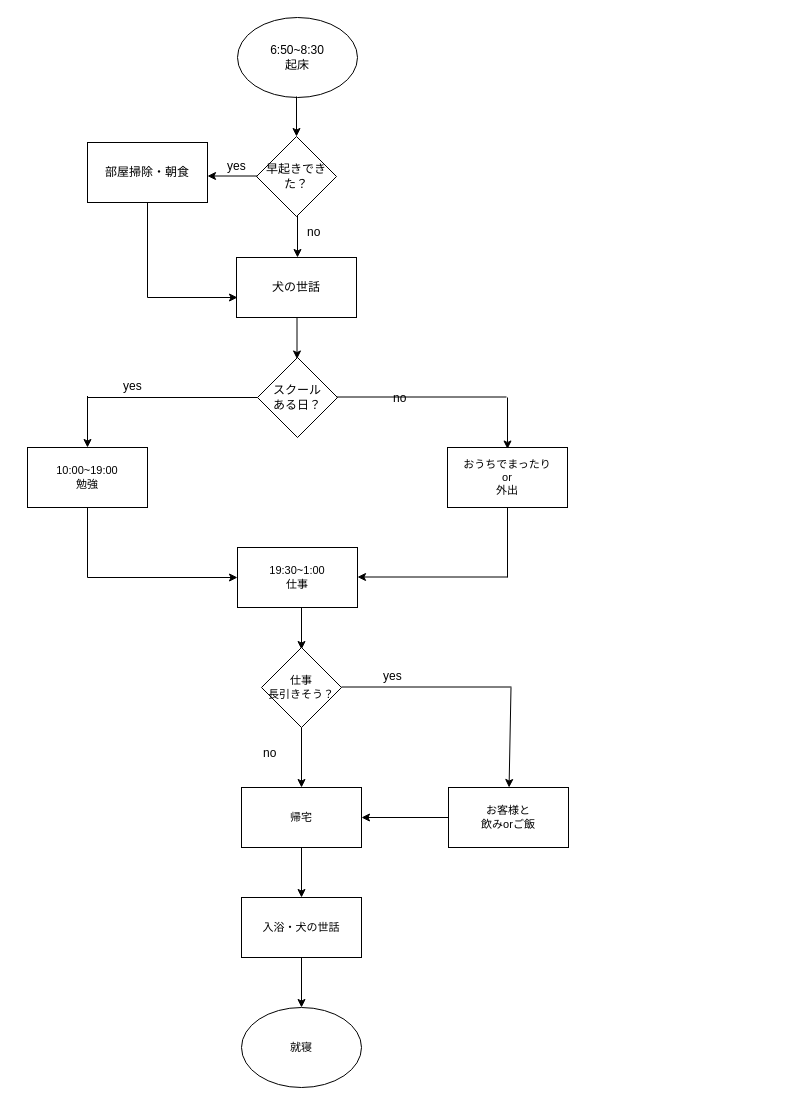
monn1997/achieve keeps this draw.io diagram as 名称未設定ファイル.drawio. Above is the earlier version. Source tidied: cells renumbered, new cells numbered last; positions are measured from the earlier drawing's top-left corner, leaving out a move shared by most shapes. Both pictures are drawn from the tidied source at 100%, with x=0, y=0 at pixel (27, 17).
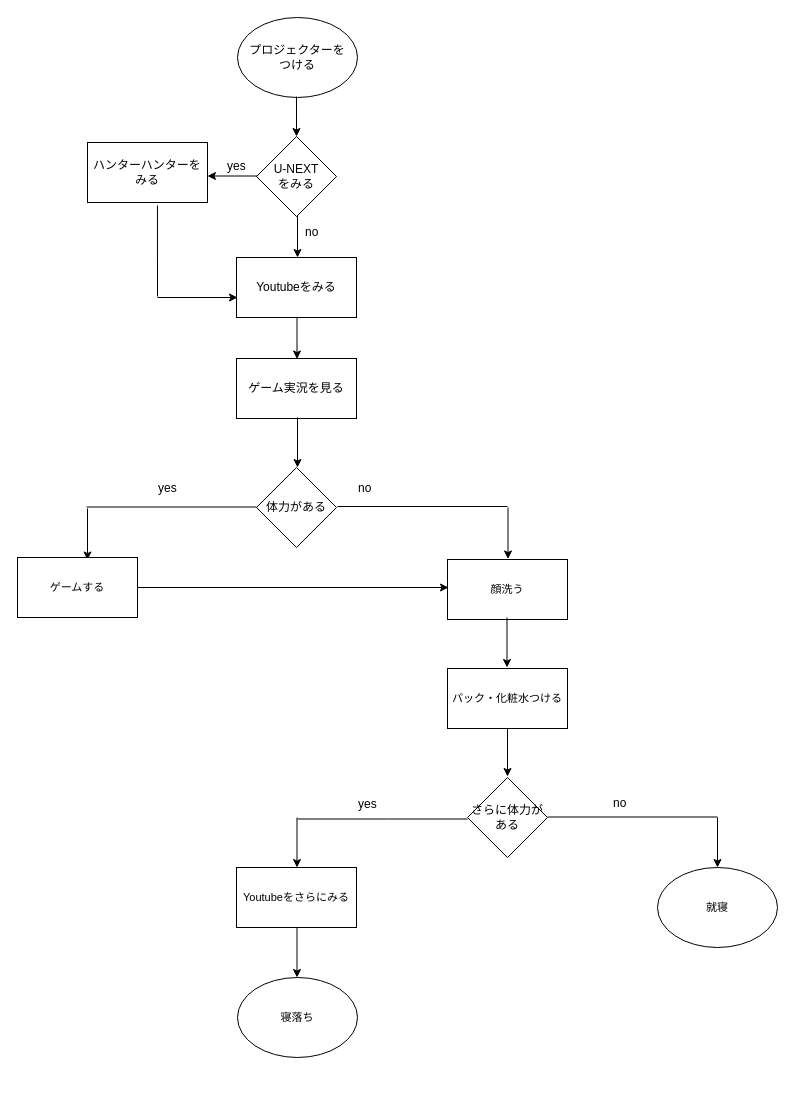
After the change.

Commit message:
趣味ルーティーン

The edit, as a diff of the source:
```diff
@@
-    <mxCell id="2" value="6:50~8:30&lt;br&gt;起床" style="ellipse;whiteSpace=wrap;html=1;" parent="1" vertex="1">
+    <mxCell id="2" value="プロジェクターを&lt;br&gt;つける" style="ellipse;whiteSpace=wrap;html=1;" parent="1" vertex="1">
       <mxGeometry x="210" width="120" height="80" as="geometry" />
     </mxCell>
@@
-    <mxCell id="4" value="早起きできた？" style="rhombus;whiteSpace=wrap;html=1;" parent="1" vertex="1">
+    <mxCell id="4" value="U-NEXT&lt;br&gt;をみる" style="rhombus;whiteSpace=wrap;html=1;" parent="1" vertex="1">
       <mxGeometry x="229" y="119" width="80" height="80" as="geometry" />
     </mxCell>
@@
-    <mxCell id="8" value="部屋掃除・朝食" style="rounded=0;whiteSpace=wrap;html=1;" parent="1" vertex="1">
+    <mxCell id="8" value="ハンターハンターを&lt;br&gt;みる" style="rounded=0;whiteSpace=wrap;html=1;" parent="1" vertex="1">
       <mxGeometry x="60" y="125" width="120" height="60" as="geometry" />
     </mxCell>
-    <mxCell id="9" value="犬の世話" style="rounded=0;whiteSpace=wrap;html=1;" parent="1" vertex="1">
+    <mxCell id="9" value="Youtubeをみる" style="rounded=0;whiteSpace=wrap;html=1;" parent="1" vertex="1">
       <mxGeometry x="209" y="240" width="120" height="60" as="geometry" />
     </mxCell>
-    <mxCell id="10" style="endArrow=none;html=1;rounded=0;labelBackgroundColor=default;strokeColor=default;fontFamily=Helvetica;fontSize=11;fontColor=default;endSize=6;targetPerimeterSpacing=200;shape=connector;" parent="1" edge="1">
-      <mxGeometry relative="1" as="geometry">
-        <mxPoint x="120" y="280" as="sourcePoint" />
-        <mxPoint x="120" y="185" as="targetPoint" />
-      </mxGeometry>
-    </mxCell>
-    <mxCell id="11" style="endArrow=classic;html=1;rounded=0;labelBackgroundColor=default;strokeColor=default;fontFamily=Helvetica;fontSize=11;fontColor=default;endSize=6;targetPerimeterSpacing=200;shape=connector;" parent="1" edge="1">
-      <mxGeometry relative="1" as="geometry">
-        <mxPoint x="120" y="280" as="sourcePoint" />
-        <mxPoint x="210" y="280" as="targetPoint" />
-      </mxGeometry>
-    </mxCell>
@@
-    <mxCell id="13" value="スクール&lt;br&gt;ある日？" style="rhombus;whiteSpace=wrap;html=1;" parent="1" vertex="1">
-      <mxGeometry x="230" y="340" width="80" height="80" as="geometry" />
-    </mxCell>
     <mxCell id="14" style="endArrow=none;html=1;rounded=0;labelBackgroundColor=default;strokeColor=default;fontFamily=Helvetica;fontSize=11;fontColor=default;endSize=6;targetPerimeterSpacing=200;shape=connector;" parent="1" edge="1">
       <mxGeometry relative="1" as="geometry">
-        <mxPoint x="60" y="380" as="sourcePoint" />
-        <mxPoint x="230" y="380" as="targetPoint" />
+        <mxPoint x="59" y="489.5" as="sourcePoint" />
+        <mxPoint x="229" y="489.5" as="targetPoint" />
       </mxGeometry>
     </mxCell>
     <mxCell id="15" style="endArrow=classic;html=1;rounded=0;" parent="1" edge="1">
       <mxGeometry relative="1" as="geometry">
-        <mxPoint x="60" y="378.5" as="sourcePoint" />
-        <mxPoint x="60" y="430" as="targetPoint" />
+        <mxPoint x="60" y="491" as="sourcePoint" />
+        <mxPoint x="60" y="542.5" as="targetPoint" />
       </mxGeometry>
     </mxCell>
     <mxCell id="16" value="yes&#10;" style="text;strokeColor=none;fillColor=none;align=left;verticalAlign=middle;spacingLeft=4;spacingRight=4;overflow=hidden;" parent="1" vertex="1">
-      <mxGeometry x="90" y="360" width="80" height="30" as="geometry" />
+      <mxGeometry x="125" y="462" width="80" height="30" as="geometry" />
     </mxCell>
     <mxCell id="17" style="endArrow=none;html=1;rounded=0;labelBackgroundColor=default;strokeColor=default;fontFamily=Helvetica;fontSize=11;fontColor=default;endSize=6;targetPerimeterSpacing=200;shape=connector;" parent="1" edge="1">
       <mxGeometry relative="1" as="geometry">
-        <mxPoint x="309" y="379.5" as="sourcePoint" />
-        <mxPoint x="479" y="379.5" as="targetPoint" />
+        <mxPoint x="310" y="489" as="sourcePoint" />
+        <mxPoint x="480" y="489" as="targetPoint" />
       </mxGeometry>
     </mxCell>
     <mxCell id="18" style="endArrow=classic;html=1;rounded=0;" parent="1" edge="1">
       <mxGeometry relative="1" as="geometry">
-        <mxPoint x="480" y="380" as="sourcePoint" />
-        <mxPoint x="480" y="431.5" as="targetPoint" />
+        <mxPoint x="480.5" y="490" as="sourcePoint" />
+        <mxPoint x="480.5" y="541.5" as="targetPoint" />
       </mxGeometry>
     </mxCell>
     <mxCell id="19" value="no" style="text;strokeColor=none;fillColor=none;align=left;verticalAlign=middle;spacingLeft=4;spacingRight=4;overflow=hidden;" parent="1" vertex="1">
-      <mxGeometry x="274" y="199" width="80" height="30" as="geometry" />
+      <mxGeometry x="272" y="199" width="80" height="30" as="geometry" />
     </mxCell>
-    <mxCell id="20" value="10:00~19:00&lt;br&gt;勉強" style="rounded=0;whiteSpace=wrap;html=1;fontFamily=Helvetica;fontSize=11;fontColor=default;" parent="1" vertex="1">
-      <mxGeometry y="430" width="120" height="60" as="geometry" />
+    <mxCell id="20" value="ゲームする" style="rounded=0;whiteSpace=wrap;html=1;fontFamily=Helvetica;fontSize=11;fontColor=default;" parent="1" vertex="1">
+      <mxGeometry x="-10" y="540" width="120" height="60" as="geometry" />
     </mxCell>
-    <mxCell id="21" value="おうちでまったり&lt;br&gt;or&lt;br&gt;外出" style="rounded=0;whiteSpace=wrap;html=1;fontFamily=Helvetica;fontSize=11;fontColor=default;" parent="1" vertex="1">
-      <mxGeometry x="420" y="430" width="120" height="60" as="geometry" />
-    </mxCell>
-    <mxCell id="22" style="endArrow=none;html=1;rounded=0;labelBackgroundColor=default;strokeColor=default;fontFamily=Helvetica;fontSize=11;fontColor=default;endSize=6;targetPerimeterSpacing=200;shape=connector;" parent="1" edge="1">
-      <mxGeometry relative="1" as="geometry">
-        <mxPoint x="60" y="560" as="sourcePoint" />
-        <mxPoint x="60" y="490" as="targetPoint" />
-      </mxGeometry>
-    </mxCell>
-    <mxCell id="23" style="endArrow=classic;html=1;rounded=0;labelBackgroundColor=default;strokeColor=default;fontFamily=Helvetica;fontSize=11;fontColor=default;endSize=6;targetPerimeterSpacing=200;shape=connector;" parent="1" edge="1">
+    <mxCell id="23" style="endArrow=classic;html=1;rounded=0;labelBackgroundColor=default;strokeColor=default;fontFamily=Helvetica;fontSize=11;fontColor=default;endSize=6;targetPerimeterSpacing=200;shape=connector;exitX=1;exitY=0.5;exitDx=0;exitDy=0;" parent="1" edge="1" source="20">
       <mxGeometry relative="1" as="geometry">
-        <mxPoint x="60" y="560" as="sourcePoint" />
-        <mxPoint x="210" y="560" as="targetPoint" />
+        <mxPoint x="421" y="570" as="targetPoint" />
       </mxGeometry>
     </mxCell>
-    <mxCell id="24" value="19:30~1:00&lt;br&gt;仕事" style="rounded=0;whiteSpace=wrap;html=1;fontFamily=Helvetica;fontSize=11;fontColor=default;" parent="1" vertex="1">
-      <mxGeometry x="210" y="530" width="120" height="60" as="geometry" />
-    </mxCell>
-    <mxCell id="25" style="endArrow=none;html=1;rounded=0;labelBackgroundColor=default;strokeColor=default;fontFamily=Helvetica;fontSize=11;fontColor=default;endSize=6;targetPerimeterSpacing=200;shape=connector;" parent="1" edge="1">
-      <mxGeometry relative="1" as="geometry">
-        <mxPoint x="480" y="560" as="sourcePoint" />
-        <mxPoint x="480" y="490" as="targetPoint" />
-      </mxGeometry>
-    </mxCell>
-    <mxCell id="26" style="endArrow=classic;html=1;rounded=0;labelBackgroundColor=default;strokeColor=default;fontFamily=Helvetica;fontSize=11;fontColor=default;endSize=6;shape=connector;sourcePerimeterSpacing=200;" parent="1" edge="1">
-      <mxGeometry relative="1" as="geometry">
-        <mxPoint x="480" y="559.5" as="sourcePoint" />
-        <mxPoint x="330" y="559.5" as="targetPoint" />
-      </mxGeometry>
-    </mxCell>
-    <mxCell id="27" style="endArrow=classic;html=1;rounded=0;" parent="1" edge="1">
-      <mxGeometry relative="1" as="geometry">
-        <mxPoint x="274" y="590" as="sourcePoint" />
-        <mxPoint x="274" y="632" as="targetPoint" />
-      </mxGeometry>
-    </mxCell>
-    <mxCell id="28" value="仕事&lt;br&gt;長引きそう？" style="rhombus;whiteSpace=wrap;html=1;fontFamily=Helvetica;fontSize=11;fontColor=default;" parent="1" vertex="1">
-      <mxGeometry x="234" y="630" width="80" height="80" as="geometry" />
-    </mxCell>
-    <mxCell id="29" style="endArrow=none;html=1;rounded=0;labelBackgroundColor=default;strokeColor=default;fontFamily=Helvetica;fontSize=11;fontColor=default;endSize=6;targetPerimeterSpacing=200;shape=connector;" parent="1" edge="1">
-      <mxGeometry relative="1" as="geometry">
-        <mxPoint x="314" y="669.5" as="sourcePoint" />
-        <mxPoint x="484" y="669.5" as="targetPoint" />
-      </mxGeometry>
-    </mxCell>
-    <mxCell id="30" style="endArrow=classic;html=1;rounded=0;entryX=0.5;entryY=0;entryDx=0;entryDy=0;" parent="1" edge="1" target="34">
-      <mxGeometry relative="1" as="geometry">
-        <mxPoint x="274" y="710" as="sourcePoint" />
-      </mxGeometry>
-    </mxCell>
-    <mxCell id="31" style="endArrow=classic;html=1;rounded=0;" parent="1" edge="1" target="32">
-      <mxGeometry relative="1" as="geometry">
-        <mxPoint x="483.5" y="670" as="sourcePoint" />
-      </mxGeometry>
-    </mxCell>
-    <mxCell id="32" value="お客様と&lt;br&gt;飲みorご飯" style="rounded=0;whiteSpace=wrap;html=1;fontFamily=Helvetica;fontSize=11;fontColor=default;" parent="1" vertex="1">
-      <mxGeometry x="421" y="770" width="120" height="60" as="geometry" />
+    <mxCell id="32" value="顔洗う" style="rounded=0;whiteSpace=wrap;html=1;fontFamily=Helvetica;fontSize=11;fontColor=default;" parent="1" vertex="1">
+      <mxGeometry x="420" y="542" width="120" height="60" as="geometry" />
     </mxCell>
-    <mxCell id="33" style="endArrow=classic;html=1;rounded=0;labelBackgroundColor=default;strokeColor=default;fontFamily=Helvetica;fontSize=11;fontColor=default;endSize=6;targetPerimeterSpacing=200;shape=connector;entryX=1;entryY=0.5;entryDx=0;entryDy=0;exitX=0;exitY=0.5;exitDx=0;exitDy=0;" parent="1" edge="1" source="32" target="34">
-      <mxGeometry relative="1" as="geometry" />
-    </mxCell>
-    <mxCell id="34" value="帰宅" style="rounded=0;whiteSpace=wrap;html=1;fontFamily=Helvetica;fontSize=11;fontColor=default;" parent="1" vertex="1">
-      <mxGeometry x="214" y="770" width="120" height="60" as="geometry" />
-    </mxCell>
-    <mxCell id="35" value="yes&#10;" style="text;strokeColor=none;fillColor=none;align=left;verticalAlign=middle;spacingLeft=4;spacingRight=4;overflow=hidden;" parent="1" vertex="1">
-      <mxGeometry x="350" y="650" width="80" height="30" as="geometry" />
-    </mxCell>
     <mxCell id="36" value="no" style="text;strokeColor=none;fillColor=none;align=left;verticalAlign=middle;spacingLeft=4;spacingRight=4;overflow=hidden;" parent="1" vertex="1">
-      <mxGeometry x="230" y="720" width="80" height="30" as="geometry" />
+      <mxGeometry x="580" y="770" width="80" height="30" as="geometry" />
     </mxCell>
     <mxCell id="37" style="endArrow=classic;html=1;rounded=0;entryX=0.5;entryY=0;entryDx=0;entryDy=0;" parent="1" edge="1">
       <mxGeometry relative="1" as="geometry">
-        <mxPoint x="274" y="830" as="sourcePoint" />
-        <mxPoint x="274" y="880" as="targetPoint" />
+        <mxPoint x="269.5" y="800" as="sourcePoint" />
+        <mxPoint x="269.5" y="850" as="targetPoint" />
       </mxGeometry>
     </mxCell>
-    <mxCell id="38" value="入浴・犬の世話" style="rounded=0;whiteSpace=wrap;html=1;fontFamily=Helvetica;fontSize=11;fontColor=default;" parent="1" vertex="1">
-      <mxGeometry x="214" y="880" width="120" height="60" as="geometry" />
+    <mxCell id="38" value="Youtubeをさらにみる" style="rounded=0;whiteSpace=wrap;html=1;fontFamily=Helvetica;fontSize=11;fontColor=default;" parent="1" vertex="1">
+      <mxGeometry x="209" y="850" width="120" height="60" as="geometry" />
     </mxCell>
     <mxCell id="39" value="就寝" style="ellipse;whiteSpace=wrap;html=1;fontFamily=Helvetica;fontSize=11;fontColor=default;" parent="1" vertex="1">
-      <mxGeometry x="214" y="990" width="120" height="80" as="geometry" />
+      <mxGeometry x="630" y="850" width="120" height="80" as="geometry" />
     </mxCell>
     <mxCell id="40" style="endArrow=classic;html=1;rounded=0;entryX=0.5;entryY=0;entryDx=0;entryDy=0;" parent="1" edge="1">
       <mxGeometry relative="1" as="geometry">
-        <mxPoint x="274" y="940" as="sourcePoint" />
-        <mxPoint x="274" y="990" as="targetPoint" />
+        <mxPoint x="269.5" y="910" as="sourcePoint" />
+        <mxPoint x="269.5" y="960" as="targetPoint" />
       </mxGeometry>
     </mxCell>
     <mxCell id="41" value="no" style="text;strokeColor=none;fillColor=none;align=left;verticalAlign=middle;spacingLeft=4;spacingRight=4;overflow=hidden;" parent="1" vertex="1">
-      <mxGeometry x="360" y="365" width="80" height="30" as="geometry" />
+      <mxGeometry x="325" y="455" width="80" height="30" as="geometry" />
     </mxCell>
+    <mxCell id="42" value="ゲーム実況を見る" style="rounded=0;whiteSpace=wrap;html=1;" parent="1" vertex="1">
+      <mxGeometry x="209" y="341" width="120" height="60" as="geometry" />
+    </mxCell>
+    <mxCell id="43" style="endArrow=classic;html=1;rounded=0;" parent="1" edge="1">
+      <mxGeometry relative="1" as="geometry">
+        <mxPoint x="270" y="400" as="sourcePoint" />
+        <mxPoint x="270" y="450" as="targetPoint" />
+      </mxGeometry>
+    </mxCell>
+    <mxCell id="44" value="体力がある" style="rhombus;whiteSpace=wrap;html=1;" parent="1" vertex="1">
+      <mxGeometry x="229" y="450" width="80" height="80" as="geometry" />
+    </mxCell>
+    <mxCell id="45" style="endArrow=classic;html=1;rounded=0;labelBackgroundColor=default;strokeColor=default;fontFamily=Helvetica;fontSize=11;fontColor=default;endSize=6;targetPerimeterSpacing=200;shape=connector;" parent="1" edge="1">
+      <mxGeometry relative="1" as="geometry">
+        <mxPoint x="130" y="280" as="sourcePoint" />
+        <mxPoint x="210" y="280" as="targetPoint" />
+      </mxGeometry>
+    </mxCell>
+    <mxCell id="46" style="endArrow=none;html=1;rounded=0;labelBackgroundColor=default;strokeColor=default;fontFamily=Helvetica;fontSize=11;fontColor=default;endSize=6;targetPerimeterSpacing=200;shape=connector;entryX=0.583;entryY=1.05;entryDx=0;entryDy=0;entryPerimeter=0;" parent="1" edge="1" target="8">
+      <mxGeometry relative="1" as="geometry">
+        <mxPoint x="130" y="279" as="sourcePoint" />
+      </mxGeometry>
+    </mxCell>
+    <mxCell id="47" style="edgeStyle=orthogonalEdgeStyle;shape=connector;rounded=0;orthogonalLoop=1;jettySize=auto;html=1;labelBackgroundColor=default;strokeColor=default;fontFamily=Helvetica;fontSize=11;fontColor=default;endArrow=classic;endSize=6;targetPerimeterSpacing=200;" parent="1" edge="1">
+      <mxGeometry relative="1" as="geometry">
+        <mxPoint x="480" y="710" as="sourcePoint" />
+        <mxPoint x="480" y="759" as="targetPoint" />
+      </mxGeometry>
+    </mxCell>
+    <mxCell id="48" value="パック・化粧水つける" style="rounded=0;whiteSpace=wrap;html=1;fontFamily=Helvetica;fontSize=11;fontColor=default;" parent="1" vertex="1">
+      <mxGeometry x="420" y="651" width="120" height="60" as="geometry" />
+    </mxCell>
+    <mxCell id="49" style="endArrow=classic;html=1;rounded=0;entryX=0.5;entryY=0;entryDx=0;entryDy=0;" parent="1" edge="1">
+      <mxGeometry relative="1" as="geometry">
+        <mxPoint x="479.5" y="600" as="sourcePoint" />
+        <mxPoint x="479.5" y="650" as="targetPoint" />
+      </mxGeometry>
+    </mxCell>
+    <mxCell id="50" value="さらに体力がある" style="rhombus;whiteSpace=wrap;html=1;" parent="1" vertex="1">
+      <mxGeometry x="440" y="760" width="80" height="80" as="geometry" />
+    </mxCell>
+    <mxCell id="51" style="endArrow=none;html=1;rounded=0;labelBackgroundColor=default;strokeColor=default;fontFamily=Helvetica;fontSize=11;fontColor=default;endSize=6;targetPerimeterSpacing=200;shape=connector;" parent="1" edge="1">
+      <mxGeometry relative="1" as="geometry">
+        <mxPoint x="270" y="801.5" as="sourcePoint" />
+        <mxPoint x="440" y="801.5" as="targetPoint" />
+        <Array as="points">
+          <mxPoint x="360" y="801.5" />
+        </Array>
+      </mxGeometry>
+    </mxCell>
+    <mxCell id="35" value="yes&#10;" style="text;strokeColor=none;fillColor=none;align=left;verticalAlign=middle;spacingLeft=4;spacingRight=4;overflow=hidden;" parent="1" vertex="1">
+      <mxGeometry x="325" y="778" width="80" height="30" as="geometry" />
+    </mxCell>
+    <mxCell id="52" style="endArrow=none;html=1;rounded=0;labelBackgroundColor=default;strokeColor=default;fontFamily=Helvetica;fontSize=11;fontColor=default;endSize=6;targetPerimeterSpacing=200;shape=connector;" parent="1" edge="1">
+      <mxGeometry relative="1" as="geometry">
+        <mxPoint x="520" y="799.5" as="sourcePoint" />
+        <mxPoint x="690" y="799.5" as="targetPoint" />
+      </mxGeometry>
+    </mxCell>
+    <mxCell id="53" style="endArrow=classic;html=1;rounded=0;entryX=0.5;entryY=0;entryDx=0;entryDy=0;" parent="1" edge="1">
+      <mxGeometry relative="1" as="geometry">
+        <mxPoint x="690" y="800" as="sourcePoint" />
+        <mxPoint x="690" y="850" as="targetPoint" />
+      </mxGeometry>
+    </mxCell>
+    <mxCell id="54" value="寝落ち" style="ellipse;whiteSpace=wrap;html=1;fontFamily=Helvetica;fontSize=11;fontColor=default;" parent="1" vertex="1">
+      <mxGeometry x="210" y="960" width="120" height="80" as="geometry" />
+    </mxCell>
```
